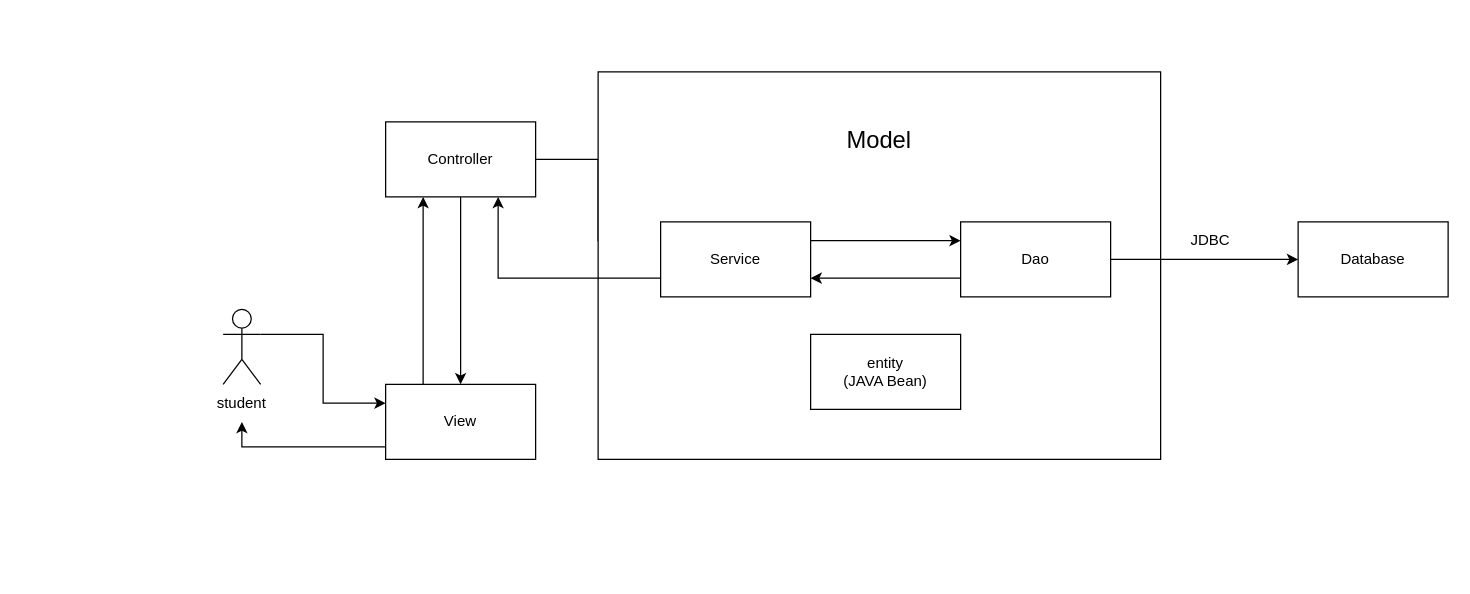
This is MVC.drawio from vriusc/Intelligent-Tutoring-System, a draw.io file, before an edit. Source tidied: cells renumbered, new cells numbered last; positions are measured from the earlier drawing's top-left corner, leaving out a move shared by most shapes. Both pictures are drawn from the tidied source at 125%, with x=0, y=0 at pixel (204, 71).
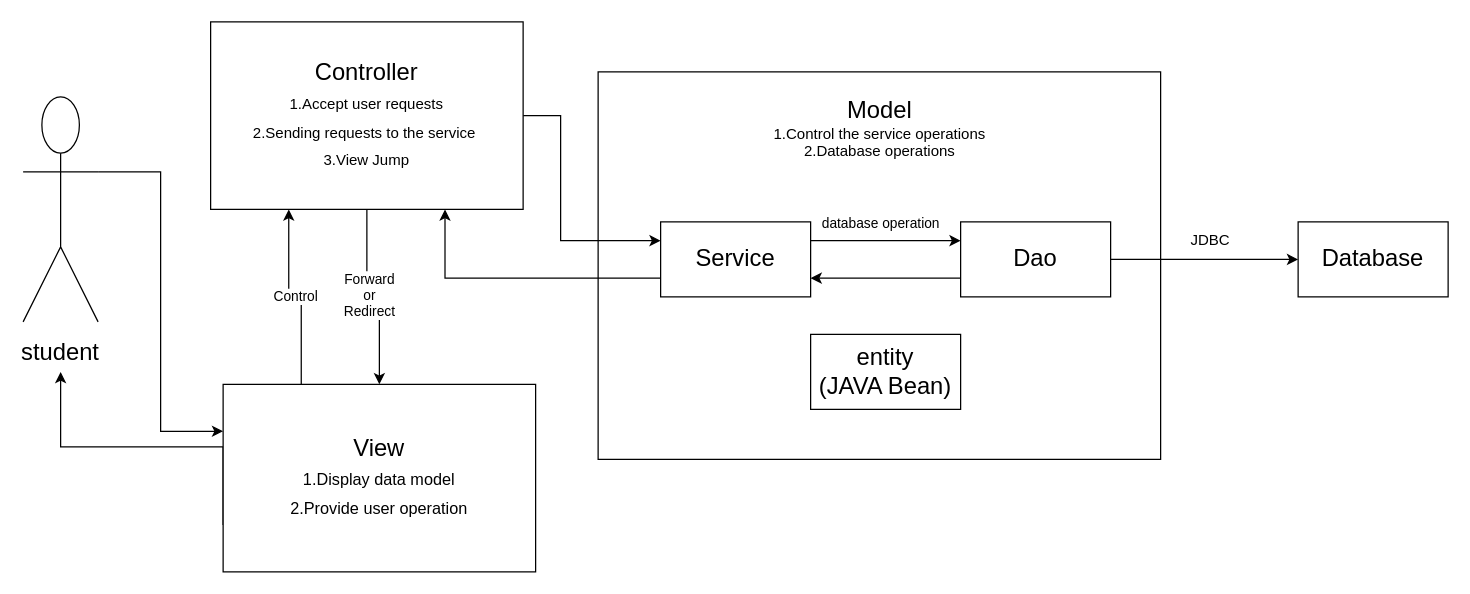
The same page after the edit.

Unchanged cells that the change refers to:
```xml
<mxCell id="7" style="edgeStyle=orthogonalEdgeStyle;rounded=0;jettySize=auto;html=1;exitX=0.5;exitY=1;exitDx=0;exitDy=0;" parent="1" edge="1" source="9" target="6">
  <mxGeometry relative="1" as="geometry" />
</mxCell>
<mxCell id="11" style="edgeStyle=orthogonalEdgeStyle;rounded=0;jettySize=auto;html=1;exitX=1;exitY=0.25;exitDx=0;exitDy=0;entryX=0;entryY=0.25;entryDx=0;entryDy=0;" parent="1" edge="1" source="13" target="16">
  <mxGeometry relative="1" as="geometry" />
</mxCell>
```

Change to the diagram source:
```diff
@@
+    <mxCell id="10" style="rounded=0;whiteSpace=wrap;html=1;" parent="1" vertex="1">
+      <mxGeometry x="315" width="450" height="310" as="geometry" />
+    </mxCell>
@@
     <mxCell id="3" style="shape=umlActor;verticalLabelPosition=bottom;verticalAlign=top;html=1;outlineConnect=0;" parent="1" vertex="1">
-      <mxGeometry x="15" y="190" width="30" height="60" as="geometry" />
+      <mxGeometry x="-145" y="20" width="60" height="180" as="geometry" />
     </mxCell>
-    <mxCell id="4" style="edgeStyle=orthogonalEdgeStyle;rounded=0;jettySize=auto;html=1;exitX=0.25;exitY=0;exitDx=0;exitDy=0;entryX=0.25;entryY=1;entryDx=0;entryDy=0;" parent="1" edge="1" source="6" target="9">
+    <mxCell id="4" value="Control" style="edgeStyle=orthogonalEdgeStyle;rounded=0;jettySize=auto;html=1;exitX=0.25;exitY=0;exitDx=0;exitDy=0;entryX=0.25;entryY=1;entryDx=0;entryDy=0;" parent="1" edge="1" source="6" target="9">
       <mxGeometry relative="1" as="geometry" />
     </mxCell>
@@
-    <mxCell id="6" value="View" style="rounded=0;whiteSpace=wrap;html=1;" parent="1" vertex="1">
-      <mxGeometry x="145" y="250" width="120" height="60" as="geometry" />
+    <mxCell id="6" value="View&lt;br&gt;&lt;font style=&quot;font-size: 13px;&quot;&gt;1.Display data model&lt;br&gt;2.Provide user operation&lt;/font&gt;" style="rounded=0;whiteSpace=wrap;html=1;fontSize=19;" parent="1" vertex="1">
+      <mxGeometry x="15" y="250" width="250" height="150" as="geometry" />
     </mxCell>
@@
+    <mxCell id="22" value="Forward &lt;br&gt;or&lt;br&gt;Redirect" style="edgeLabel;html=1;align=center;verticalAlign=middle;" parent="7" vertex="1">
+      <mxGeometry x="-0.05" y="2" relative="1" as="geometry" />
+    </mxCell>
     <mxCell id="8" style="edgeStyle=orthogonalEdgeStyle;rounded=0;jettySize=auto;html=1;exitX=1;exitY=0.5;exitDx=0;exitDy=0;entryX=0;entryY=0.25;entryDx=0;entryDy=0;" parent="1" edge="1" source="9" target="13">
-      <mxGeometry relative="1" as="geometry" />
+      <mxGeometry relative="1" as="geometry">
+        <Array as="points">
+          <mxPoint x="285" y="35" />
+          <mxPoint x="285" y="135" />
+        </Array>
+      </mxGeometry>
     </mxCell>
-    <mxCell id="9" value="Controller" style="rounded=0;whiteSpace=wrap;html=1;" parent="1" vertex="1">
-      <mxGeometry x="145" y="40" width="120" height="60" as="geometry" />
+    <mxCell id="9" value="Controller&lt;br&gt;&lt;font style=&quot;font-size: 12px;&quot;&gt;1.Accept user requests&lt;br&gt;2.Sending requests to the service&amp;nbsp;&lt;br&gt;3.View Jump&lt;/font&gt;" style="rounded=0;whiteSpace=wrap;html=1;fontSize=19;" parent="1" vertex="1">
+      <mxGeometry x="5" y="-40" width="250" height="150" as="geometry" />
     </mxCell>
-    <mxCell id="10" style="rounded=0;whiteSpace=wrap;html=1;" parent="1" vertex="1">
-      <mxGeometry x="315" width="450" height="310" as="geometry" />
-    </mxCell>
@@
+    <mxCell id="23" value="database operation" style="edgeLabel;html=1;align=center;verticalAlign=middle;" parent="11" vertex="1">
+      <mxGeometry x="0.03" y="4" relative="1" as="geometry">
+        <mxPoint x="-7" y="-11" as="offset" />
+      </mxGeometry>
+    </mxCell>
@@
-    <mxCell id="13" value="Service" style="rounded=0;whiteSpace=wrap;html=1;" parent="1" vertex="1">
+    <mxCell id="13" value="Service" style="rounded=0;whiteSpace=wrap;html=1;fontSize=19;" parent="1" vertex="1">
       <mxGeometry x="365" y="120" width="120" height="60" as="geometry" />
     </mxCell>
@@
-    <mxCell id="16" value="Dao" style="rounded=0;whiteSpace=wrap;html=1;" parent="1" vertex="1">
+    <mxCell id="16" value="Dao" style="rounded=0;whiteSpace=wrap;html=1;fontSize=19;" parent="1" vertex="1">
       <mxGeometry x="605" y="120" width="120" height="60" as="geometry" />
     </mxCell>
-    <mxCell id="17" value="Database" style="rounded=0;whiteSpace=wrap;html=1;" parent="1" vertex="1">
+    <mxCell id="17" value="Database" style="rounded=0;whiteSpace=wrap;html=1;fontSize=19;" parent="1" vertex="1">
       <mxGeometry x="875" y="120" width="120" height="60" as="geometry" />
     </mxCell>
-    <mxCell id="18" value="entity&lt;br&gt;(JAVA Bean)" style="rounded=0;whiteSpace=wrap;html=1;" parent="1" vertex="1">
+    <mxCell id="18" value="entity&lt;br style=&quot;font-size: 19px;&quot;&gt;(JAVA Bean)" style="rounded=0;whiteSpace=wrap;html=1;fontSize=19;" parent="1" vertex="1">
       <mxGeometry x="485" y="210" width="120" height="60" as="geometry" />
     </mxCell>
-    <mxCell id="19" value="student" style="text;html=1;strokeColor=none;fillColor=none;align=center;verticalAlign=middle;whiteSpace=wrap;rounded=0;" parent="1" vertex="1">
-      <mxGeometry y="250" width="60" height="30" as="geometry" />
+    <mxCell id="19" value="&lt;font style=&quot;font-size: 19px;&quot;&gt;student&lt;/font&gt;" style="text;html=1;strokeColor=none;fillColor=none;align=center;verticalAlign=middle;whiteSpace=wrap;rounded=0;" parent="1" vertex="1">
+      <mxGeometry x="-145" y="210" width="60" height="30" as="geometry" />
     </mxCell>
@@
-    <mxCell id="21" value="&lt;font style=&quot;font-size: 19px;&quot;&gt;Model&lt;/font&gt;" style="text;html=1;strokeColor=none;fillColor=none;align=center;verticalAlign=middle;whiteSpace=wrap;rounded=0;" parent="1" vertex="1">
-      <mxGeometry x="510" y="40" width="60" height="30" as="geometry" />
+    <mxCell id="21" value="&lt;font style=&quot;font-size: 12px;&quot;&gt;&lt;span style=&quot;font-size: 19px;&quot;&gt;Model&lt;/span&gt;&lt;br&gt;&lt;font style=&quot;font-size: 12px;&quot;&gt;1.Control&lt;/font&gt;&lt;/font&gt;&lt;font style=&quot;font-size: 12px;&quot;&gt;&lt;font style=&quot;font-size: 12px;&quot;&gt; the service operations&lt;br&gt;&lt;/font&gt;2.Database operations&lt;br&gt;&lt;/font&gt;" style="text;html=1;strokeColor=none;fillColor=none;align=center;verticalAlign=middle;whiteSpace=wrap;rounded=0;" parent="1" vertex="1">
+      <mxGeometry x="422.5" y="30" width="235" height="30" as="geometry" />
     </mxCell>
```
